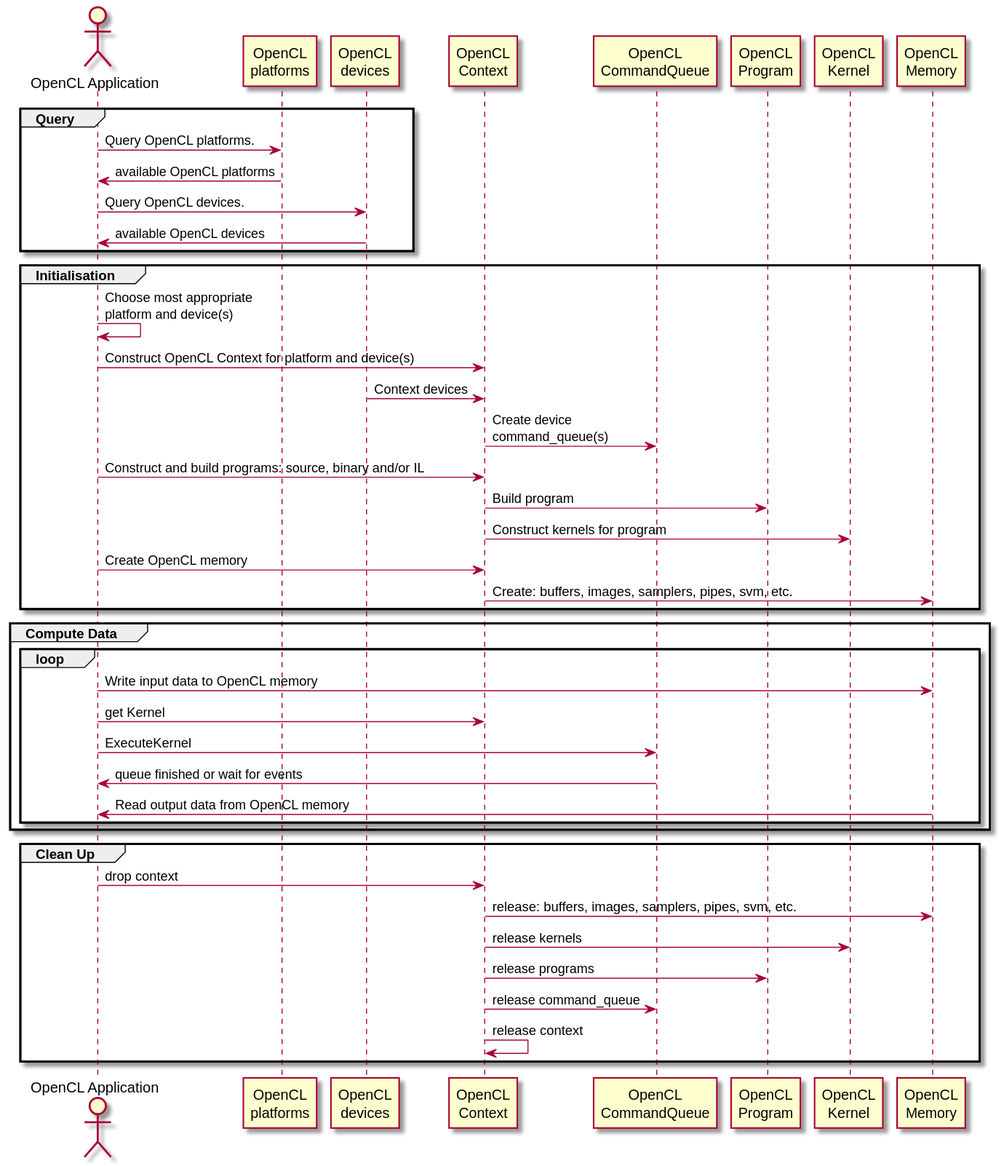
The PlantUML diagram docs/images/opencl_app_sequence.svg in kenba/opencl3, before a commit. Its diagram source:
```plantuml
@startuml



actor "OpenCL Application" as user

participant "OpenCL\nplatforms" as platforms

participant "OpenCL\ndevices" as devices

participant "OpenCL\nContext" as opencl_context

participant "OpenCL\nCommandQueue" as opencl_queue

participant "OpenCL\nProgram" as opencl_program

participant "OpenCL\nKernel" as opencl_kernel

participant "OpenCL\nMemory" as opencl_memory

group Query
  user -> platforms : Query OpenCL platforms.
  user <- platforms : available OpenCL platforms

  user -> devices : Query OpenCL devices.
  user <- devices : available OpenCL devices
end

group Initialisation
  user -> user : Choose most appropriate\nplatform and device(s)

  user -> opencl_context : Construct OpenCL Context for platform and device(s)

  devices -> opencl_context : Context devices

  opencl_context -> opencl_queue : Create device\ncommand_queue(s)

  user -> opencl_context : Construct and build programs: source, binary and/or IL
  opencl_context -> opencl_program : Build program
  opencl_context -> opencl_kernel : Construct kernels for program

  user -> opencl_context : Create OpenCL memory
  opencl_context -> opencl_memory : Create: buffers, images, samplers, pipes, svm, etc.
end

group Compute Data
  group loop
    user -> opencl_memory : Write input data to OpenCL memory
    user -> opencl_context : get Kernel
    user -> opencl_queue : ExecuteKernel
    user <- opencl_queue : queue finished or wait for events
    user <- opencl_memory : Read output data from OpenCL memory
  end
end

group Clean Up
  user -> opencl_context : drop context

  opencl_context -> opencl_memory : release: buffers, images, samplers, pipes, svm, etc.
  opencl_context -> opencl_kernel : release kernels
  opencl_context -> opencl_program : release programs
  opencl_context -> opencl_queue : release command_queue
  opencl_context -> opencl_context : release context
end

@enduml
```
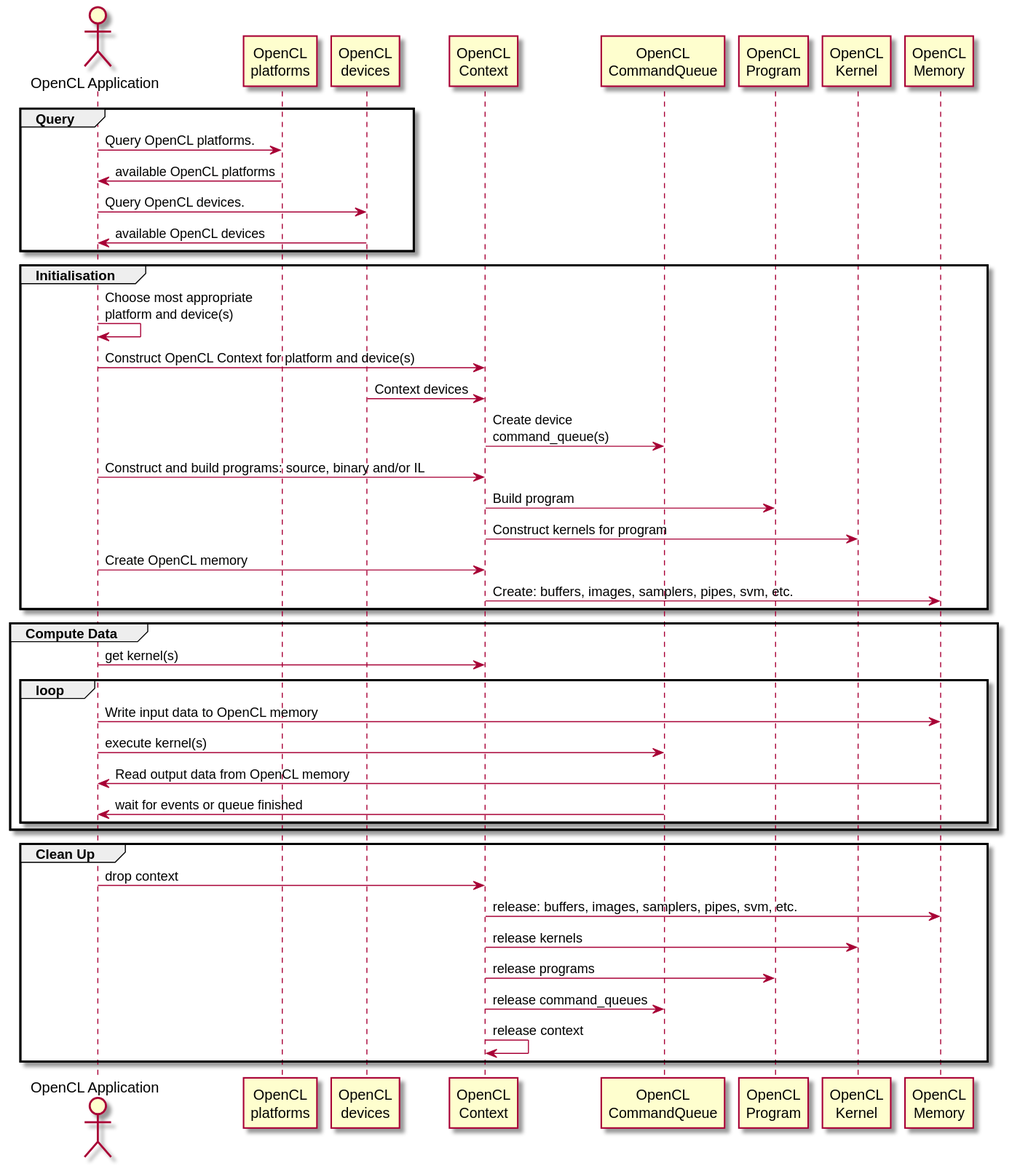
After the commit.

The edit, as a diff of the source:
```diff
@@ -44,12 +44,13 @@
 end
 
 group Compute Data
+  user -> opencl_context : get kernel(s)
+
   group loop
     user -> opencl_memory : Write input data to OpenCL memory
-    user -> opencl_context : get Kernel
-    user -> opencl_queue : ExecuteKernel
-    user <- opencl_queue : queue finished or wait for events
+    user -> opencl_queue : execute kernel(s)
     user <- opencl_memory : Read output data from OpenCL memory
+    user <- opencl_queue : wait for events or queue finished
   end
 end
 
@@ -59,7 +60,7 @@
   opencl_context -> opencl_memory : release: buffers, images, samplers, pipes, svm, etc.
   opencl_context -> opencl_kernel : release kernels
   opencl_context -> opencl_program : release programs
-  opencl_context -> opencl_queue : release command_queue
+  opencl_context -> opencl_queue : release command_queues
   opencl_context -> opencl_context : release context
 end
 
```
